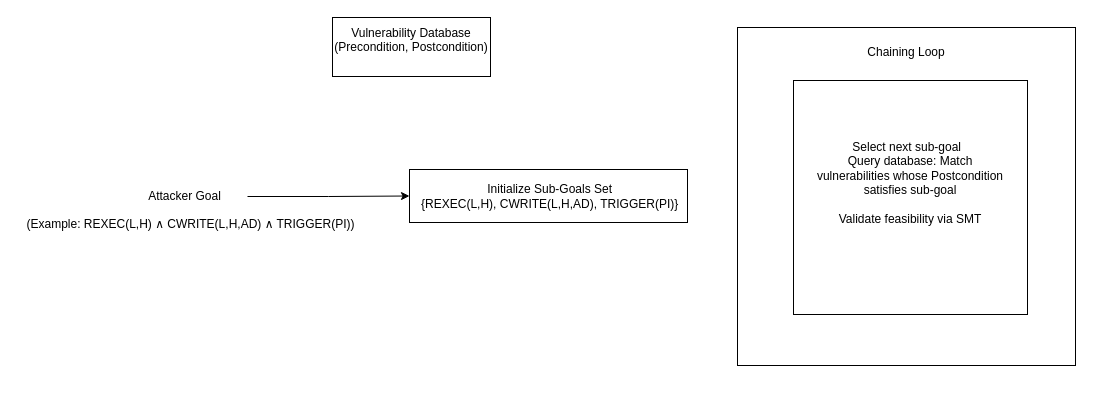
Before: chain.drawio in shafiuzzaman-md/attack-synthesis-suite-c, a draw.io diagram. Source tidied: cells renumbered, new cells numbered last; positions are measured from the earlier drawing's top-left corner, leaving out a move shared by most shapes. Both pictures are drawn from the tidied source at 100%, with x=0, y=0 at pixel (17, 17).
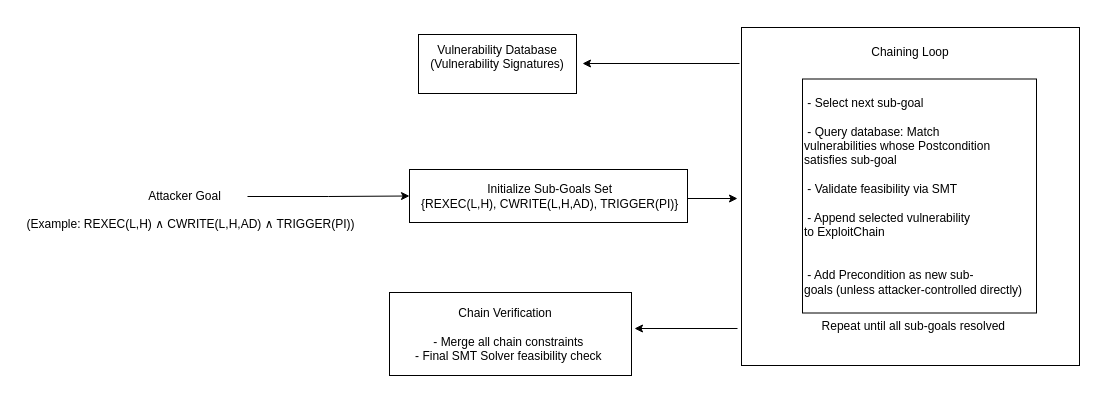
Above is the later version.

What changed in the source:
```diff
@@
 <mxGraphModel>
   <root>
     <mxCell id="0" />
     <mxCell id="1" parent="0" />
     <mxCell id="2" style="edgeStyle=orthogonalEdgeStyle;rounded=0;jettySize=auto;html=1;" parent="1" edge="1" source="3" target="4">
       <mxGeometry relative="1" as="geometry" />
     </mxCell>
     <mxCell id="3" value="Attacker Goal" style="text;html=1;align=center;verticalAlign=middle;whiteSpace=wrap;rounded=0;" parent="1" vertex="1">
       <mxGeometry x="105" y="164.5" width="125" height="29" as="geometry" />
     </mxCell>
     <mxCell id="4" value="&lt;div&gt;&amp;nbsp;Initialize Sub-Goals Set&lt;/div&gt;&lt;div&gt;&lt;span style=&quot;background-color: transparent; color: light-dark(rgb(0, 0, 0), rgb(255, 255, 255));&quot;&gt;&amp;nbsp;{REXEC(L,H), CWRITE(L,H,AD), TRIGGER(PI)}&lt;/span&gt;&lt;/div&gt;" style="whiteSpace=wrap;html=1;" parent="1" vertex="1">
       <mxGeometry x="392" y="152" width="278" height="53" as="geometry" />
     </mxCell>
-    <mxCell id="5" value="Vulnerability Database&lt;div&gt;(Precondition, Postcondition)&lt;br&gt;&lt;div&gt;&lt;br&gt;&lt;/div&gt;&lt;/div&gt;" style="rounded=0;whiteSpace=wrap;html=1;" parent="1" vertex="1">
-      <mxGeometry x="315" width="158" height="59" as="geometry" />
+    <mxCell id="5" value="Vulnerability Database&lt;div&gt;(Vulnerability Signatures)&lt;br&gt;&lt;div&gt;&lt;br&gt;&lt;/div&gt;&lt;/div&gt;" style="rounded=0;whiteSpace=wrap;html=1;" parent="1" vertex="1">
+      <mxGeometry x="401" y="17" width="158" height="59" as="geometry" />
     </mxCell>
     <mxCell id="6" value="(Example: REXEC(L,H) ∧ CWRITE(L,H,AD) ∧ TRIGGER(PI))" style="text;html=1;align=center;verticalAlign=middle;strokeColor=none;fillColor=none;" parent="1" vertex="1">
       <mxGeometry y="194" width="346" height="26" as="geometry" />
     </mxCell>
-    <mxCell id="7" value="Chaining Loop&lt;div&gt;&lt;br&gt;&lt;/div&gt;&lt;div&gt;&lt;br&gt;&lt;/div&gt;&lt;div&gt;&lt;br&gt;&lt;/div&gt;&lt;div&gt;&lt;br&gt;&lt;/div&gt;&lt;div&gt;&lt;br&gt;&lt;/div&gt;&lt;div&gt;&lt;br&gt;&lt;/div&gt;&lt;div&gt;&lt;br&gt;&lt;/div&gt;&lt;div&gt;&lt;br&gt;&lt;/div&gt;&lt;div&gt;&lt;br&gt;&lt;/div&gt;&lt;div&gt;&lt;br&gt;&lt;/div&gt;&lt;div&gt;&lt;br&gt;&lt;/div&gt;&lt;div&gt;&lt;br&gt;&lt;/div&gt;&lt;div&gt;&lt;br&gt;&lt;/div&gt;&lt;div&gt;&lt;br&gt;&lt;/div&gt;&lt;div&gt;&lt;br&gt;&lt;/div&gt;&lt;div&gt;&lt;br&gt;&lt;/div&gt;&lt;div&gt;&lt;br&gt;&lt;/div&gt;&lt;div&gt;&lt;br&gt;&lt;/div&gt;&lt;div&gt;&amp;nbsp;&lt;div&gt;&lt;br&gt;&lt;/div&gt;&lt;/div&gt;" style="whiteSpace=wrap;html=1;" parent="1" vertex="1">
-      <mxGeometry x="720" y="10" width="338" height="338" as="geometry" />
+    <mxCell id="7" value="Chaining Loop&lt;div&gt;&lt;br&gt;&lt;/div&gt;&lt;div&gt;&lt;br&gt;&lt;/div&gt;&lt;div&gt;&lt;br&gt;&lt;/div&gt;&lt;div&gt;&lt;br&gt;&lt;/div&gt;&lt;div&gt;&lt;br&gt;&lt;/div&gt;&lt;div&gt;&lt;br&gt;&lt;/div&gt;&lt;div&gt;&lt;br&gt;&lt;/div&gt;&lt;div&gt;&lt;br&gt;&lt;/div&gt;&lt;div&gt;&lt;br&gt;&lt;/div&gt;&lt;div&gt;&lt;br&gt;&lt;/div&gt;&lt;div&gt;&lt;br&gt;&lt;/div&gt;&lt;div&gt;&lt;br&gt;&lt;/div&gt;&lt;div&gt;&lt;br&gt;&lt;/div&gt;&lt;div&gt;&lt;br&gt;&lt;/div&gt;&lt;div&gt;&lt;br&gt;&lt;/div&gt;&lt;div&gt;&lt;br&gt;&lt;/div&gt;&lt;div&gt;&lt;br&gt;&lt;/div&gt;&lt;div&gt;&lt;br&gt;&lt;/div&gt;&lt;div&gt;&amp;nbsp;&amp;nbsp;Repeat until all sub-goals resolved&lt;div&gt;&lt;br&gt;&lt;/div&gt;&lt;/div&gt;" style="whiteSpace=wrap;html=1;" parent="1" vertex="1">
+      <mxGeometry x="724" y="10" width="338" height="338" as="geometry" />
     </mxCell>
-    <mxCell id="8" value="Select next sub-goal&amp;nbsp;&amp;nbsp;&lt;div&gt;Query database: Match vulnerabilities&amp;nbsp;whose Postcondition satisfies sub-goal&lt;/div&gt;&lt;div&gt;&lt;br&gt;&lt;/div&gt;&lt;div&gt;Validate feasibility via SMT&lt;/div&gt;&lt;div&gt;&lt;br&gt;&lt;/div&gt;&lt;div&gt;&lt;br&gt;&lt;/div&gt;" style="whiteSpace=wrap;html=1;" parent="1" vertex="1">
-      <mxGeometry x="776" y="63" width="234" height="234" as="geometry" />
+    <mxCell id="8" value="&amp;nbsp;- Select next sub-goal&amp;nbsp;&amp;nbsp;&lt;div&gt;&lt;br&gt;&lt;div&gt;&amp;nbsp;- Query database: Match vulnerabilities&amp;nbsp;whose Postcondition satisfies sub-goal&lt;/div&gt;&lt;div&gt;&lt;br&gt;&lt;/div&gt;&lt;div&gt;&amp;nbsp;- Validate feasibility via SMT&lt;/div&gt;&lt;div&gt;&lt;br&gt;&lt;/div&gt;&lt;div&gt;&amp;nbsp;- Append selected vulnerability to&amp;nbsp;ExploitChain&lt;/div&gt;&lt;div&gt;&lt;br&gt;&lt;/div&gt;&lt;div&gt;&lt;br&gt;&lt;/div&gt;&lt;div&gt;&amp;nbsp;- Add Precondition as new sub-goals&amp;nbsp;(unless attacker-controlled directly)&lt;/div&gt;&lt;/div&gt;" style="whiteSpace=wrap;html=1;align=left;" parent="1" vertex="1">
+      <mxGeometry x="785" y="61.5" width="234" height="234" as="geometry" />
     </mxCell>
+    <mxCell id="9" style="endArrow=classic;html=1;rounded=0;" parent="1" edge="1">
+      <mxGeometry relative="1" as="geometry">
+        <mxPoint x="670" y="181" as="sourcePoint" />
+        <mxPoint x="720" y="181" as="targetPoint" />
+      </mxGeometry>
+    </mxCell>
+    <mxCell id="10" style="endArrow=classic;html=1;rounded=0;" parent="1" edge="1">
+      <mxGeometry relative="1" as="geometry">
+        <mxPoint x="722" y="46" as="sourcePoint" />
+        <mxPoint x="565" y="46" as="targetPoint" />
+      </mxGeometry>
+    </mxCell>
+    <mxCell id="11" value="Chain Verification&amp;nbsp; &amp;nbsp;&lt;div&gt;&lt;span style=&quot;background-color: transparent; color: light-dark(rgb(0, 0, 0), rgb(255, 255, 255));&quot;&gt;&lt;br&gt;&lt;/span&gt;&lt;/div&gt;&lt;div&gt;&lt;span style=&quot;background-color: transparent; color: light-dark(rgb(0, 0, 0), rgb(255, 255, 255));&quot;&gt;- Merge all chain constraints&amp;nbsp;&lt;/span&gt;&lt;div&gt;&lt;div&gt;-&amp;nbsp;Final SMT Solver feasibility check&amp;nbsp;&lt;/div&gt;&lt;/div&gt;&lt;/div&gt;" style="rounded=0;whiteSpace=wrap;html=1;align=center;" parent="1" vertex="1">
+      <mxGeometry x="372" y="275" width="242" height="83" as="geometry" />
+    </mxCell>
+    <mxCell id="12" style="endArrow=classic;html=1;rounded=0;" parent="1" edge="1">
+      <mxGeometry relative="1" as="geometry">
+        <mxPoint x="720" y="311" as="sourcePoint" />
+        <mxPoint x="617" y="311" as="targetPoint" />
+      </mxGeometry>
+    </mxCell>
   </root>
 </mxGraphModel>
```
